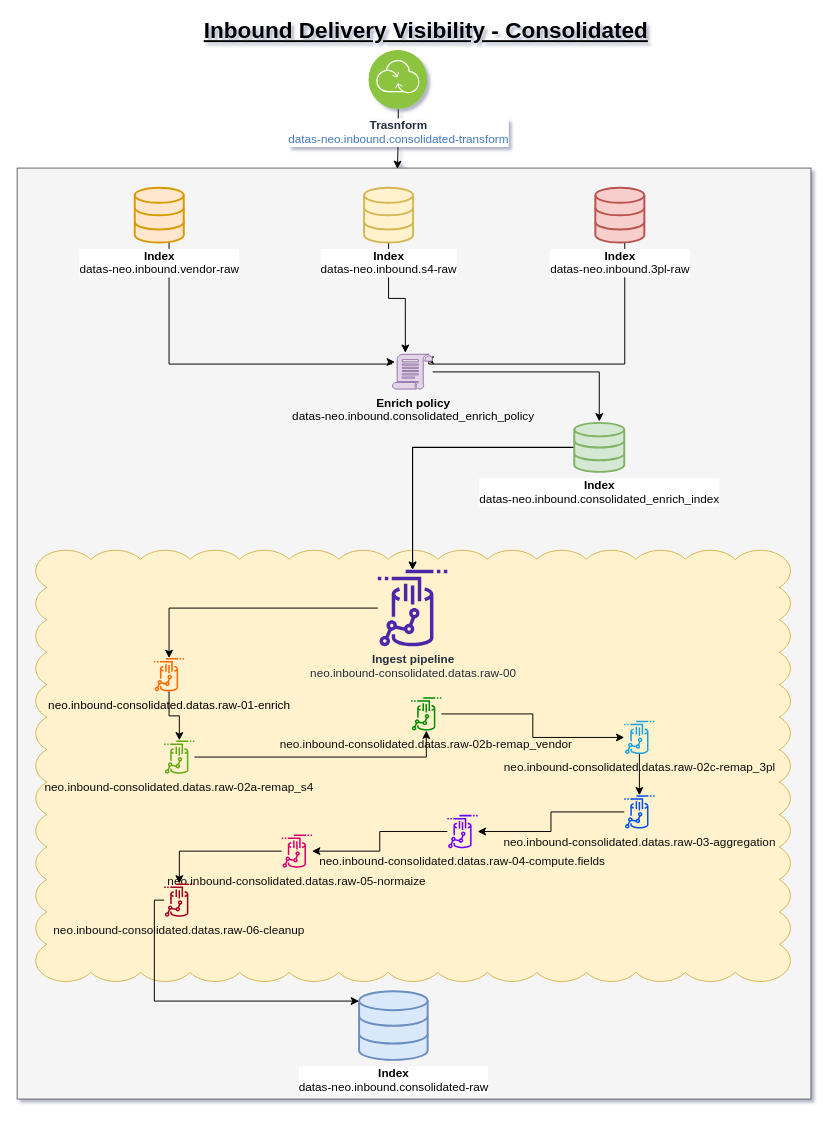
Earlier version of the draw.io diagram inbound_delivery_visibility_consolidated.drawio (baranharis/Diagram-LOREAL). Source tidied: cells renumbered, new cells numbered last; positions are measured from the earlier drawing's top-left corner, leaving out a move shared by most shapes. Both pictures are drawn from the tidied source at 98%, with x=0, y=0 at pixel (17, 21). Pictures stored in the file or linked from it are replaced by grey dashed boxes.
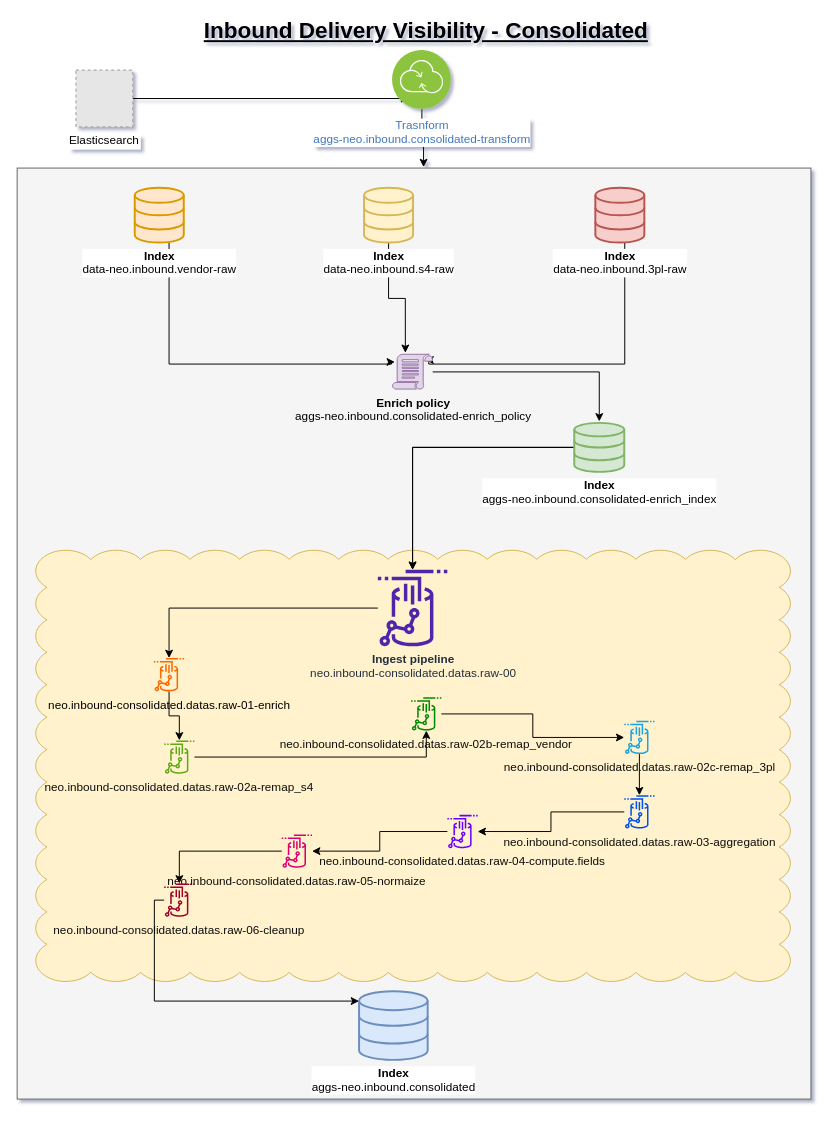
After the change.

Commit message:
Mettre à jour inbound_delivery_visibility_consolidated.drawio

Unchanged cells that the change refers to:
```xml
<mxCell id="2" style="rounded=0;whiteSpace=wrap;html=1;fillColor=#f5f5f5;strokeColor=#666666;fontColor=#333333;" parent="1" vertex="1">
  <mxGeometry y="150" width="810" height="950" as="geometry" />
</mxCell>
```

What changed in the source:
```diff
@@
-    <mxCell id="5" value="&lt;b&gt;Index&lt;/b&gt;&lt;br&gt;datas-neo.inbound.vendor-raw" style="html=1;verticalLabelPosition=bottom;align=center;labelBackgroundColor=#ffffff;verticalAlign=top;strokeWidth=2;strokeColor=#d79b00;shadow=0;dashed=0;shape=mxgraph.ios7.icons.data;fillColor=#ffe6cc;" parent="1" vertex="1">
+    <mxCell id="5" value="&lt;b style=&quot;border-color: var(--border-color);&quot;&gt;Index&lt;/b&gt;&lt;br style=&quot;border-color: var(--border-color);&quot;&gt;data-neo.inbound.vendor-raw" style="html=1;verticalLabelPosition=bottom;align=center;labelBackgroundColor=#ffffff;verticalAlign=top;strokeWidth=2;strokeColor=#d79b00;shadow=0;dashed=0;shape=mxgraph.ios7.icons.data;fillColor=#ffe6cc;" parent="1" vertex="1">
       <mxGeometry x="120" y="170" width="50" height="56" as="geometry" />
     </mxCell>
@@
-    <mxCell id="7" value="&lt;b&gt;Index&lt;/b&gt;&lt;br&gt;datas-neo.inbound.s4-raw" style="html=1;verticalLabelPosition=bottom;align=center;labelBackgroundColor=#ffffff;verticalAlign=top;strokeWidth=2;strokeColor=#d6b656;shadow=0;dashed=0;shape=mxgraph.ios7.icons.data;fillColor=#fff2cc;" parent="1" vertex="1">
+    <mxCell id="7" value="&lt;b&gt;Index&lt;/b&gt;&lt;br&gt;data-neo.inbound.s4-raw" style="html=1;verticalLabelPosition=bottom;align=center;labelBackgroundColor=#ffffff;verticalAlign=top;strokeWidth=2;strokeColor=#d6b656;shadow=0;dashed=0;shape=mxgraph.ios7.icons.data;fillColor=#fff2cc;" parent="1" vertex="1">
       <mxGeometry x="354" y="170" width="50" height="56" as="geometry" />
     </mxCell>
@@
-    <mxCell id="9" value="&lt;b&gt;Index&lt;/b&gt;&lt;br&gt;datas-neo.inbound.3pl-raw" style="html=1;verticalLabelPosition=bottom;align=center;labelBackgroundColor=#ffffff;verticalAlign=top;strokeWidth=2;strokeColor=#b85450;shadow=0;dashed=0;shape=mxgraph.ios7.icons.data;fillColor=#f8cecc;" parent="1" vertex="1">
+    <mxCell id="9" value="&lt;b&gt;Index&lt;/b&gt;&lt;br&gt;data-neo.inbound.3pl-raw" style="html=1;verticalLabelPosition=bottom;align=center;labelBackgroundColor=#ffffff;verticalAlign=top;strokeWidth=2;strokeColor=#b85450;shadow=0;dashed=0;shape=mxgraph.ios7.icons.data;fillColor=#f8cecc;" parent="1" vertex="1">
       <mxGeometry x="590" y="170" width="50" height="56" as="geometry" />
     </mxCell>
@@
-    <mxCell id="11" value="&lt;b&gt;Enrich policy&lt;/b&gt;&lt;br&gt;datas-neo.inbound.consolidated_enrich_policy" style="sketch=0;shadow=0;dashed=0;html=1;strokeColor=#9673a6;labelPosition=center;verticalLabelPosition=bottom;verticalAlign=top;align=center;fillColor=#e1d5e7;shape=mxgraph.mscae.intune.policy;" parent="1" vertex="1">
+    <mxCell id="11" value="&lt;b&gt;Enrich policy&lt;/b&gt;&lt;br&gt;aggs-neo.inbound.consolidated-enrich_policy" style="sketch=0;shadow=0;dashed=0;html=1;strokeColor=#9673a6;labelPosition=center;verticalLabelPosition=bottom;verticalAlign=top;align=center;fillColor=#e1d5e7;shape=mxgraph.mscae.intune.policy;" parent="1" vertex="1">
       <mxGeometry x="383" y="340" width="41" height="36" as="geometry" />
     </mxCell>
@@
-    <mxCell id="13" value="&lt;b&gt;Index&lt;/b&gt;&lt;br&gt;datas-neo.inbound.consolidated-raw" style="html=1;verticalLabelPosition=bottom;align=center;labelBackgroundColor=#ffffff;verticalAlign=top;strokeWidth=2;strokeColor=#6c8ebf;shadow=0;dashed=0;shape=mxgraph.ios7.icons.data;fillColor=#dae8fc;" parent="1" vertex="1">
+    <mxCell id="13" value="&lt;b&gt;Index&lt;/b&gt;&lt;br&gt;aggs-neo.inbound.consolidated" style="html=1;verticalLabelPosition=bottom;align=center;labelBackgroundColor=#ffffff;verticalAlign=top;strokeWidth=2;strokeColor=#6c8ebf;shadow=0;dashed=0;shape=mxgraph.ios7.icons.data;fillColor=#dae8fc;" parent="1" vertex="1">
       <mxGeometry x="348.9" y="990" width="70" height="70" as="geometry" />
     </mxCell>
@@
-    <mxCell id="24" value="&lt;b&gt;Index&lt;/b&gt;&lt;br&gt;datas-neo.inbound.consolidated_enrich_index" style="html=1;verticalLabelPosition=bottom;align=center;labelBackgroundColor=#ffffff;verticalAlign=top;strokeWidth=2;strokeColor=#82b366;shadow=0;dashed=0;shape=mxgraph.ios7.icons.data;fillColor=#d5e8d4;" parent="1" vertex="1">
+    <mxCell id="24" value="&lt;b&gt;Index&lt;/b&gt;&lt;br&gt;aggs-neo.inbound.consolidated-enrich_index" style="html=1;verticalLabelPosition=bottom;align=center;labelBackgroundColor=#ffffff;verticalAlign=top;strokeWidth=2;strokeColor=#82b366;shadow=0;dashed=0;shape=mxgraph.ios7.icons.data;fillColor=#d5e8d4;" parent="1" vertex="1">
       <mxGeometry x="568.5" y="410" width="51" height="50" as="geometry" />
     </mxCell>
@@
-    <mxCell id="35" style="edgeStyle=orthogonalEdgeStyle;rounded=0;jettySize=auto;html=1;entryX=0.479;entryY=0.001;entryDx=0;entryDy=0;entryPerimeter=0;" parent="1" edge="1" source="36" target="2">
-      <mxGeometry relative="1" as="geometry" />
-    </mxCell>
-    <mxCell id="36" value="&lt;b style=&quot;border-color: var(--border-color); color: rgb(35, 47, 62); background-color: rgb(251, 251, 251);&quot;&gt;Trasnform&lt;/b&gt;&lt;br style=&quot;border-color: var(--border-color); color: rgb(35, 47, 62); background-color: rgb(251, 251, 251);&quot;&gt;datas-neo.inbound.consolidated-transform" style="image;perimeter=ellipsePerimeter;html=1;align=center;shadow=0;dashed=0;fontColor=#4277BB;labelBackgroundColor=default;fontSize=12;spacingTop=3;image=img/lib/ibm/infrastructure/transformation_connectivity.svg;" parent="1" vertex="1">
-      <mxGeometry x="358.9" y="30" width="60" height="60" as="geometry" />
-    </mxCell>
+    <mxCell id="37" style="edgeStyle=orthogonalEdgeStyle;rounded=0;jettySize=auto;html=1;entryX=0.283;entryY=0.817;entryDx=0;entryDy=0;entryPerimeter=0;" parent="1" edge="1" source="38" target="40">
+      <mxGeometry relative="1" as="geometry" />
+    </mxCell>
+    <mxCell id="38" value="Elasticsearch" style="fillColor=#E6E6E6;strokeColor=#999999;dashed=1;verticalLabelPosition=bottom;labelBackgroundColor=default;verticalAlign=top;" parent="1" vertex="1">
+      <mxGeometry x="60" y="50" width="58" height="58" as="geometry" />
+    </mxCell>
+    <mxCell id="39" style="edgeStyle=orthogonalEdgeStyle;rounded=0;jettySize=auto;html=1;entryX=0.512;entryY=-0.001;entryDx=0;entryDy=0;entryPerimeter=0;" parent="1" edge="1" source="40" target="2">
+      <mxGeometry relative="1" as="geometry" />
+    </mxCell>
+    <mxCell id="40" value="Trasnform&lt;br&gt;aggs-neo.inbound.consolidated-transform" style="image;perimeter=ellipsePerimeter;html=1;align=center;shadow=0;dashed=0;fontColor=#4277BB;labelBackgroundColor=default;fontSize=12;spacingTop=3;image=img/lib/ibm/infrastructure/transformation_connectivity.svg;" parent="1" vertex="1">
+      <mxGeometry x="383" y="30" width="60" height="60" as="geometry" />
+    </mxCell>
```
